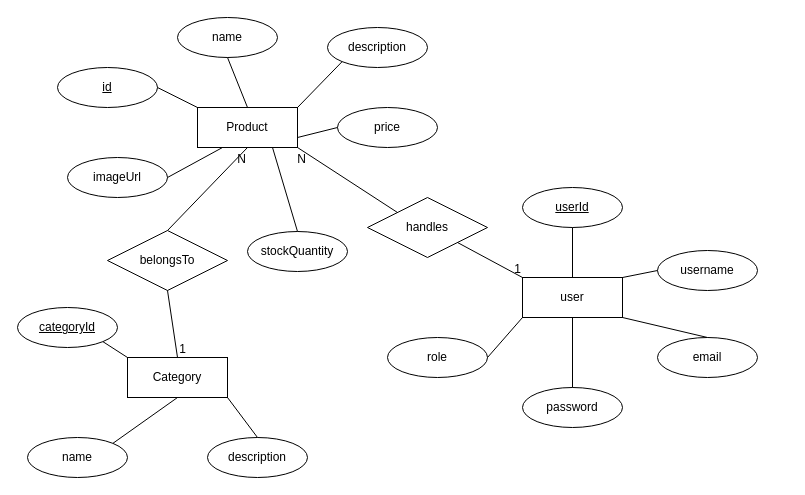
This is er-diagram.drawio from agadman/orderhandling_backend, a draw.io file, before an edit. Source tidied: cells renumbered, new cells numbered last; positions are measured from the earlier drawing's top-left corner, leaving out a move shared by most shapes. Both pictures are drawn from the tidied source at 100%, with x=0, y=0 at pixel (17, 17).
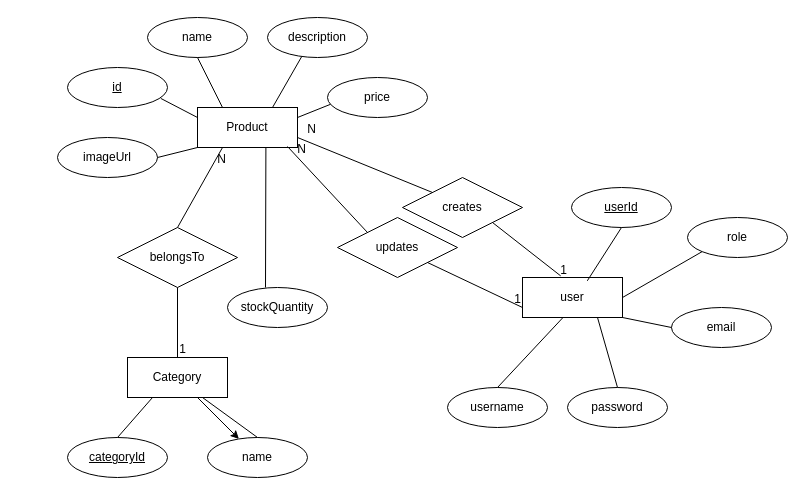
The same page after the edit.

The change refers to these unchanged cells:
```xml
<mxCell id="2" value="Product" style="whiteSpace=wrap;html=1;align=center;" parent="1" vertex="1">
  <mxGeometry x="180" y="90" width="100" height="40" as="geometry" />
</mxCell>
<mxCell id="8" value="Category" style="whiteSpace=wrap;html=1;align=center;" parent="1" vertex="1">
  <mxGeometry x="110" y="340" width="100" height="40" as="geometry" />
</mxCell>
<mxCell id="12" value="user" style="whiteSpace=wrap;html=1;align=center;" parent="1" vertex="1">
  <mxGeometry x="505" y="260" width="100" height="40" as="geometry" />
</mxCell>
```

Diff of the diagram source:
```diff
@@
     <mxCell id="3" value="id" style="ellipse;whiteSpace=wrap;html=1;align=center;fontStyle=4;" parent="1" vertex="1">
-      <mxGeometry x="40" y="50" width="100" height="40" as="geometry" />
+      <mxGeometry x="50" y="50" width="100" height="40" as="geometry" />
     </mxCell>
     <mxCell id="4" value="name" style="ellipse;whiteSpace=wrap;html=1;align=center;" parent="1" vertex="1">
-      <mxGeometry x="160" width="100" height="40" as="geometry" />
+      <mxGeometry x="130" width="100" height="40" as="geometry" />
     </mxCell>
     <mxCell id="5" value="description" style="ellipse;whiteSpace=wrap;html=1;align=center;" parent="1" vertex="1">
-      <mxGeometry x="310" y="10" width="100" height="40" as="geometry" />
+      <mxGeometry x="250" width="100" height="40" as="geometry" />
     </mxCell>
     <mxCell id="6" value="price" style="ellipse;whiteSpace=wrap;html=1;align=center;" parent="1" vertex="1">
-      <mxGeometry x="320" y="90" width="100" height="40" as="geometry" />
+      <mxGeometry x="310" y="60" width="100" height="40" as="geometry" />
     </mxCell>
     <mxCell id="7" value="imageUrl" style="ellipse;whiteSpace=wrap;html=1;align=center;" parent="1" vertex="1">
-      <mxGeometry x="50" y="140" width="100" height="40" as="geometry" />
+      <mxGeometry x="40" y="120" width="100" height="40" as="geometry" />
     </mxCell>
+    <mxCell id="43" style="edgeStyle=none;html=1;" parent="1" edge="1" source="8" target="10">
+      <mxGeometry relative="1" as="geometry" />
+    </mxCell>
@@
     <mxCell id="9" value="categoryId" style="ellipse;whiteSpace=wrap;html=1;align=center;fontStyle=4;" parent="1" vertex="1">
-      <mxGeometry y="290" width="100" height="40" as="geometry" />
+      <mxGeometry x="50" y="420" width="100" height="40" as="geometry" />
     </mxCell>
     <mxCell id="10" value="name" style="ellipse;whiteSpace=wrap;html=1;align=center;" parent="1" vertex="1">
-      <mxGeometry x="10" y="420" width="100" height="40" as="geometry" />
+      <mxGeometry x="190" y="420" width="100" height="40" as="geometry" />
     </mxCell>
-    <mxCell id="11" value="description" style="ellipse;whiteSpace=wrap;html=1;align=center;" parent="1" vertex="1">
-      <mxGeometry x="190" y="420" width="100" height="40" as="geometry" />
-    </mxCell>
@@
     <mxCell id="13" value="userId" style="ellipse;whiteSpace=wrap;html=1;align=center;fontStyle=4;" parent="1" vertex="1">
-      <mxGeometry x="505" y="170" width="100" height="40" as="geometry" />
+      <mxGeometry x="554" y="170" width="100" height="40" as="geometry" />
     </mxCell>
     <mxCell id="14" value="username" style="ellipse;whiteSpace=wrap;html=1;align=center;" parent="1" vertex="1">
-      <mxGeometry x="640" y="233" width="100" height="40" as="geometry" />
+      <mxGeometry x="430" y="370" width="100" height="40" as="geometry" />
     </mxCell>
     <mxCell id="15" value="email" style="ellipse;whiteSpace=wrap;html=1;align=center;" parent="1" vertex="1">
-      <mxGeometry x="640" y="320" width="100" height="40" as="geometry" />
+      <mxGeometry x="654" y="290" width="100" height="40" as="geometry" />
     </mxCell>
     <mxCell id="16" value="password" style="ellipse;whiteSpace=wrap;html=1;align=center;" parent="1" vertex="1">
-      <mxGeometry x="505" y="370" width="100" height="40" as="geometry" />
+      <mxGeometry x="550" y="370" width="100" height="40" as="geometry" />
     </mxCell>
     <mxCell id="17" value="role" style="ellipse;whiteSpace=wrap;html=1;align=center;" parent="1" vertex="1">
-      <mxGeometry x="370" y="320" width="100" height="40" as="geometry" />
+      <mxGeometry x="670" y="200" width="100" height="40" as="geometry" />
     </mxCell>
-    <mxCell id="18" style="endArrow=none;html=1;rounded=0;exitX=0.5;exitY=1;exitDx=0;exitDy=0;entryX=0.5;entryY=0;entryDx=0;entryDy=0;" parent="1" edge="1" source="4" target="2">
+    <mxCell id="18" style="endArrow=none;html=1;rounded=0;exitX=0.5;exitY=1;exitDx=0;exitDy=0;entryX=0.25;entryY=0;entryDx=0;entryDy=0;" parent="1" edge="1" source="4" target="2">
       <mxGeometry relative="1" as="geometry" />
     </mxCell>
-    <mxCell id="19" style="endArrow=none;html=1;rounded=0;exitX=1;exitY=0.5;exitDx=0;exitDy=0;entryX=0;entryY=0;entryDx=0;entryDy=0;" parent="1" edge="1" source="3" target="2">
+    <mxCell id="19" style="endArrow=none;html=1;rounded=0;exitX=0.933;exitY=0.773;exitDx=0;exitDy=0;entryX=0;entryY=0.25;entryDx=0;entryDy=0;exitPerimeter=0;" parent="1" edge="1" source="3" target="2">
       <mxGeometry relative="1" as="geometry" />
     </mxCell>
-    <mxCell id="20" style="endArrow=none;html=1;rounded=0;entryX=0;entryY=1;entryDx=0;entryDy=0;exitX=1;exitY=0;exitDx=0;exitDy=0;" parent="1" edge="1" source="2" target="5">
+    <mxCell id="20" style="endArrow=none;html=1;rounded=0;entryX=0.342;entryY=0.977;entryDx=0;entryDy=0;exitX=0.75;exitY=0;exitDx=0;exitDy=0;entryPerimeter=0;" parent="1" edge="1" source="2" target="5">
       <mxGeometry relative="1" as="geometry" />
     </mxCell>
-    <mxCell id="21" style="endArrow=none;html=1;rounded=0;exitX=1;exitY=0.75;exitDx=0;exitDy=0;entryX=0;entryY=0.5;entryDx=0;entryDy=0;" parent="1" edge="1" source="2" target="6">
+    <mxCell id="21" style="endArrow=none;html=1;rounded=0;exitX=1;exitY=0.25;exitDx=0;exitDy=0;entryX=0.028;entryY=0.672;entryDx=0;entryDy=0;entryPerimeter=0;" parent="1" edge="1" source="2" target="6">
       <mxGeometry relative="1" as="geometry" />
     </mxCell>
-    <mxCell id="22" style="endArrow=none;html=1;rounded=0;exitX=1;exitY=0.5;exitDx=0;exitDy=0;entryX=0.25;entryY=1;entryDx=0;entryDy=0;" parent="1" edge="1" source="7" target="2">
+    <mxCell id="22" style="endArrow=none;html=1;rounded=0;exitX=1;exitY=0.5;exitDx=0;exitDy=0;entryX=0;entryY=1;entryDx=0;entryDy=0;" parent="1" edge="1" source="7" target="2">
       <mxGeometry relative="1" as="geometry" />
     </mxCell>
-    <mxCell id="23" style="endArrow=none;html=1;rounded=0;entryX=0.5;entryY=0;entryDx=0;entryDy=0;exitX=0.5;exitY=1;exitDx=0;exitDy=0;" parent="1" edge="1" source="13" target="12">
+    <mxCell id="23" style="endArrow=none;html=1;rounded=0;exitX=0.5;exitY=1;exitDx=0;exitDy=0;entryX=0.648;entryY=0.083;entryDx=0;entryDy=0;entryPerimeter=0;" parent="1" edge="1" source="13" target="12">
       <mxGeometry relative="1" as="geometry" />
     </mxCell>
-    <mxCell id="24" style="endArrow=none;html=1;rounded=0;entryX=0;entryY=0.5;entryDx=0;entryDy=0;exitX=1;exitY=0;exitDx=0;exitDy=0;" parent="1" edge="1" source="12" target="14">
+    <mxCell id="24" style="endArrow=none;html=1;rounded=0;entryX=0.5;entryY=0;entryDx=0;entryDy=0;exitX=0.407;exitY=0.995;exitDx=0;exitDy=0;exitPerimeter=0;" parent="1" edge="1" source="12" target="14">
       <mxGeometry relative="1" as="geometry" />
     </mxCell>
-    <mxCell id="25" style="endArrow=none;html=1;rounded=0;exitX=1;exitY=1;exitDx=0;exitDy=0;" parent="1" edge="1" source="12">
-      <mxGeometry relative="1" as="geometry">
-        <mxPoint x="690" y="320" as="targetPoint" />
-      </mxGeometry>
+    <mxCell id="25" style="endArrow=none;html=1;rounded=0;exitX=1;exitY=1;exitDx=0;exitDy=0;entryX=0;entryY=0.5;entryDx=0;entryDy=0;" parent="1" edge="1" source="12" target="15">
+      <mxGeometry relative="1" as="geometry" />
     </mxCell>
-    <mxCell id="26" style="endArrow=none;html=1;rounded=0;entryX=0.5;entryY=1;entryDx=0;entryDy=0;exitX=0.5;exitY=0;exitDx=0;exitDy=0;" parent="1" edge="1" source="16" target="12">
+    <mxCell id="26" style="endArrow=none;html=1;rounded=0;entryX=0.75;entryY=1;entryDx=0;entryDy=0;exitX=0.5;exitY=0;exitDx=0;exitDy=0;" parent="1" edge="1" source="16" target="12">
       <mxGeometry relative="1" as="geometry" />
     </mxCell>
-    <mxCell id="27" style="endArrow=none;html=1;rounded=0;entryX=0;entryY=1;entryDx=0;entryDy=0;exitX=1;exitY=0.5;exitDx=0;exitDy=0;" parent="1" edge="1" source="17" target="12">
-      <mxGeometry relative="1" as="geometry" />
-    </mxCell>
-    <mxCell id="28" style="endArrow=none;html=1;rounded=0;exitX=1;exitY=1;exitDx=0;exitDy=0;entryX=0;entryY=0;entryDx=0;entryDy=0;" parent="1" edge="1" source="9" target="8">
+    <mxCell id="28" style="endArrow=none;html=1;rounded=0;exitX=0.5;exitY=0;exitDx=0;exitDy=0;entryX=0.25;entryY=1;entryDx=0;entryDy=0;" parent="1" edge="1" source="9" target="8">
       <mxGeometry relative="1" as="geometry" />
     </mxCell>
-    <mxCell id="29" style="endArrow=none;html=1;rounded=0;exitX=1;exitY=0;exitDx=0;exitDy=0;entryX=0.5;entryY=1;entryDx=0;entryDy=0;" parent="1" edge="1" source="10" target="8">
+    <mxCell id="29" style="endArrow=none;html=1;rounded=0;exitX=0.5;exitY=0;exitDx=0;exitDy=0;entryX=0.75;entryY=1;entryDx=0;entryDy=0;" parent="1" edge="1" source="10" target="8">
       <mxGeometry relative="1" as="geometry" />
     </mxCell>
-    <mxCell id="30" style="endArrow=none;html=1;rounded=0;exitX=0.5;exitY=0;exitDx=0;exitDy=0;entryX=1;entryY=1;entryDx=0;entryDy=0;" parent="1" edge="1" source="11" target="8">
-      <mxGeometry relative="1" as="geometry" />
-    </mxCell>
     <mxCell id="31" value="stockQuantity" style="ellipse;whiteSpace=wrap;html=1;align=center;" parent="1" vertex="1">
-      <mxGeometry x="230" y="214" width="100" height="40" as="geometry" />
+      <mxGeometry x="210" y="270" width="100" height="40" as="geometry" />
     </mxCell>
-    <mxCell id="32" style="endArrow=none;html=1;rounded=0;exitX=0.75;exitY=1;exitDx=0;exitDy=0;entryX=0.5;entryY=0;entryDx=0;entryDy=0;" parent="1" edge="1" source="2" target="31">
-      <mxGeometry relative="1" as="geometry" />
+    <mxCell id="32" style="endArrow=none;html=1;rounded=0;exitX=0.684;exitY=1;exitDx=0;exitDy=0;exitPerimeter=0;" parent="1" edge="1" source="2">
+      <mxGeometry relative="1" as="geometry">
+        <mxPoint x="248" y="270" as="targetPoint" />
+      </mxGeometry>
     </mxCell>
-    <mxCell id="33" value="handles" style="shape=rhombus;perimeter=rhombusPerimeter;whiteSpace=wrap;html=1;align=center;" parent="1" vertex="1">
-      <mxGeometry x="350" y="180" width="120" height="60" as="geometry" />
+    <mxCell id="33" value="creates" style="shape=rhombus;perimeter=rhombusPerimeter;whiteSpace=wrap;html=1;align=center;" parent="1" vertex="1">
+      <mxGeometry x="385" y="160" width="120" height="60" as="geometry" />
     </mxCell>
-    <mxCell id="34" style="endArrow=none;html=1;rounded=0;entryX=0;entryY=0;entryDx=0;entryDy=0;exitX=1;exitY=1;exitDx=0;exitDy=0;" parent="1" edge="1" source="33" target="12">
+    <mxCell id="34" style="endArrow=none;html=1;rounded=0;entryX=0.382;entryY=-0.04;entryDx=0;entryDy=0;exitX=1;exitY=1;exitDx=0;exitDy=0;entryPerimeter=0;" parent="1" edge="1" source="33" target="12">
       <mxGeometry relative="1" as="geometry" />
     </mxCell>
     <mxCell id="35" value="1" style="html=1;whiteSpace=wrap;align=right;verticalAlign=bottom;" parent="34" vertex="1">
-      <mxGeometry x="1" relative="1" as="geometry" />
+      <mxGeometry x="1" relative="1" as="geometry">
+        <mxPoint x="7" y="2" as="offset" />
+      </mxGeometry>
     </mxCell>
     <mxCell id="36" value="belongsTo" style="shape=rhombus;perimeter=rhombusPerimeter;whiteSpace=wrap;html=1;align=center;" parent="1" vertex="1">
-      <mxGeometry x="90" y="213" width="120" height="60" as="geometry" />
+      <mxGeometry x="100" y="210" width="120" height="60" as="geometry" />
     </mxCell>
@@
-    <mxCell id="39" style="endArrow=none;html=1;rounded=0;exitX=0.5;exitY=0;exitDx=0;exitDy=0;entryX=0.5;entryY=1;entryDx=0;entryDy=0;" parent="1" edge="1" source="36" target="2">
+    <mxCell id="39" style="endArrow=none;html=1;rounded=0;exitX=0.5;exitY=0;exitDx=0;exitDy=0;entryX=0.25;entryY=1;entryDx=0;entryDy=0;" parent="1" edge="1" source="36" target="2">
       <mxGeometry relative="1" as="geometry" />
     </mxCell>
     <mxCell id="40" value="N" style="html=1;whiteSpace=wrap;align=right;verticalAlign=bottom;" parent="39" vertex="1">
       <mxGeometry x="1" relative="1" as="geometry">
-        <mxPoint y="20" as="offset" />
+        <mxPoint x="5" y="20" as="offset" />
       </mxGeometry>
     </mxCell>
-    <mxCell id="41" style="endArrow=none;html=1;rounded=0;exitX=0;exitY=0;exitDx=0;exitDy=0;entryX=1;entryY=1;entryDx=0;entryDy=0;" parent="1" edge="1" source="33" target="2">
+    <mxCell id="41" style="endArrow=none;html=1;rounded=0;exitX=0;exitY=0;exitDx=0;exitDy=0;entryX=1;entryY=0.75;entryDx=0;entryDy=0;" parent="1" edge="1" source="33" target="2">
       <mxGeometry relative="1" as="geometry" />
     </mxCell>
     <mxCell id="42" value="N" style="html=1;whiteSpace=wrap;align=right;verticalAlign=bottom;" parent="41" vertex="1">
       <mxGeometry x="1" relative="1" as="geometry">
-        <mxPoint x="10" y="20" as="offset" />
+        <mxPoint x="20" as="offset" />
       </mxGeometry>
     </mxCell>
+    <mxCell id="44" value="updates" style="shape=rhombus;perimeter=rhombusPerimeter;whiteSpace=wrap;html=1;align=center;" parent="1" vertex="1">
+      <mxGeometry x="320" y="200" width="120" height="60" as="geometry" />
+    </mxCell>
+    <mxCell id="45" style="endArrow=none;html=1;rounded=0;entryX=0;entryY=0.75;entryDx=0;entryDy=0;exitX=1;exitY=1;exitDx=0;exitDy=0;" parent="1" edge="1" source="44" target="12">
+      <mxGeometry relative="1" as="geometry" />
+    </mxCell>
+    <mxCell id="46" value="1" style="html=1;whiteSpace=wrap;align=right;verticalAlign=bottom;" parent="45" vertex="1">
+      <mxGeometry x="1" relative="1" as="geometry" />
+    </mxCell>
+    <mxCell id="47" style="endArrow=none;html=1;rounded=0;exitX=0;exitY=0;exitDx=0;exitDy=0;" parent="1" edge="1" source="44">
+      <mxGeometry relative="1" as="geometry">
+        <mxPoint x="270" y="129" as="targetPoint" />
+      </mxGeometry>
+    </mxCell>
+    <mxCell id="48" value="N" style="html=1;whiteSpace=wrap;align=right;verticalAlign=bottom;" parent="47" vertex="1">
+      <mxGeometry x="1" relative="1" as="geometry">
+        <mxPoint x="20" y="11" as="offset" />
+      </mxGeometry>
+    </mxCell>
+    <mxCell id="49" style="endArrow=none;html=1;rounded=0;entryX=0;entryY=1;entryDx=0;entryDy=0;exitX=1;exitY=0.5;exitDx=0;exitDy=0;" parent="1" edge="1" source="12" target="17">
+      <mxGeometry relative="1" as="geometry" />
+    </mxCell>
```
